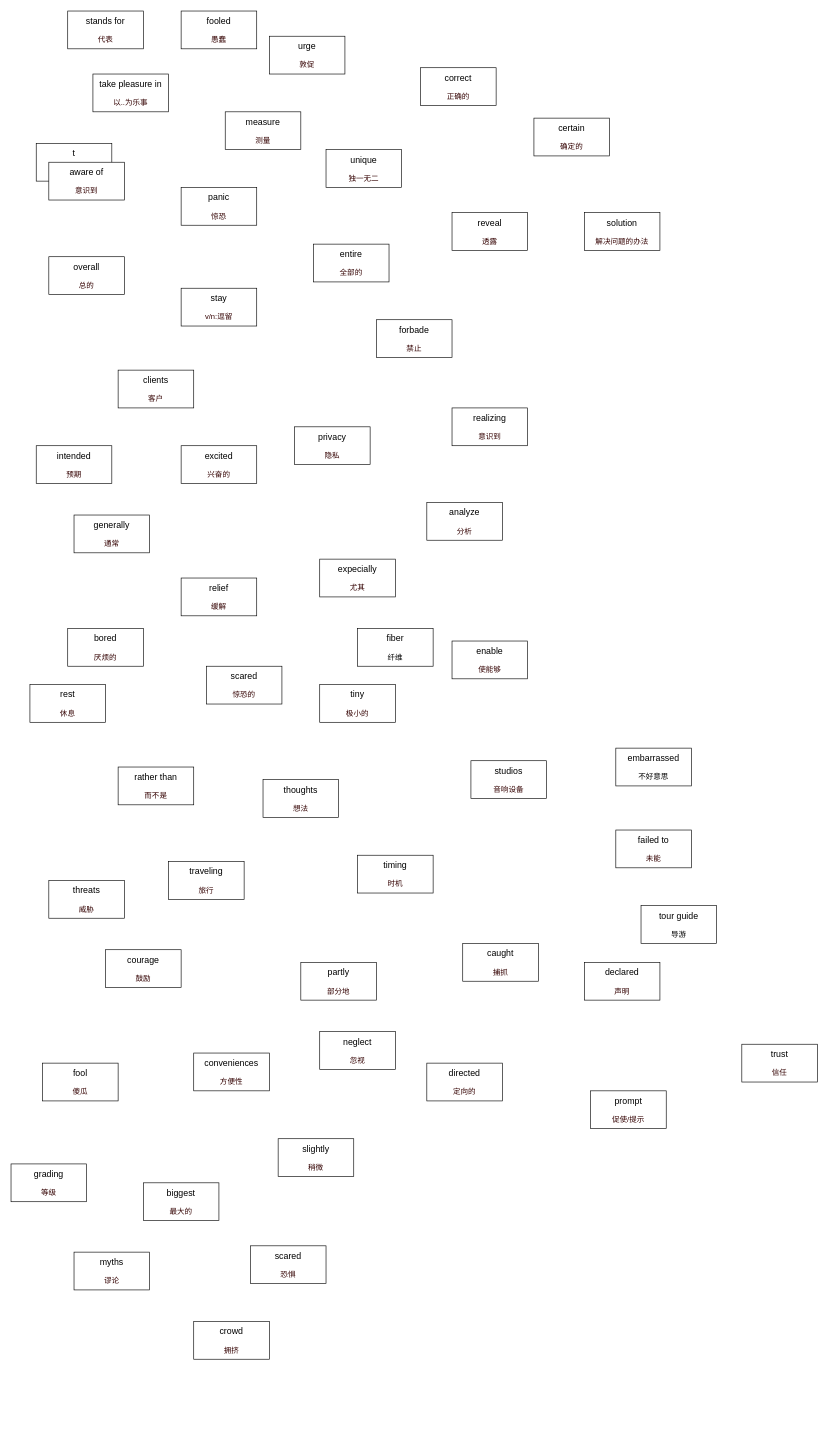
This is ocean.drawio from banBlue/drawio, a draw.io file, before an edit. Source tidied: cells renumbered, new cells numbered last; positions are measured from the earlier drawing's top-left corner, leaving out a move shared by most shapes. Both pictures are drawn from the tidied source at 63%, with x=0, y=0 at pixel (11, 11).
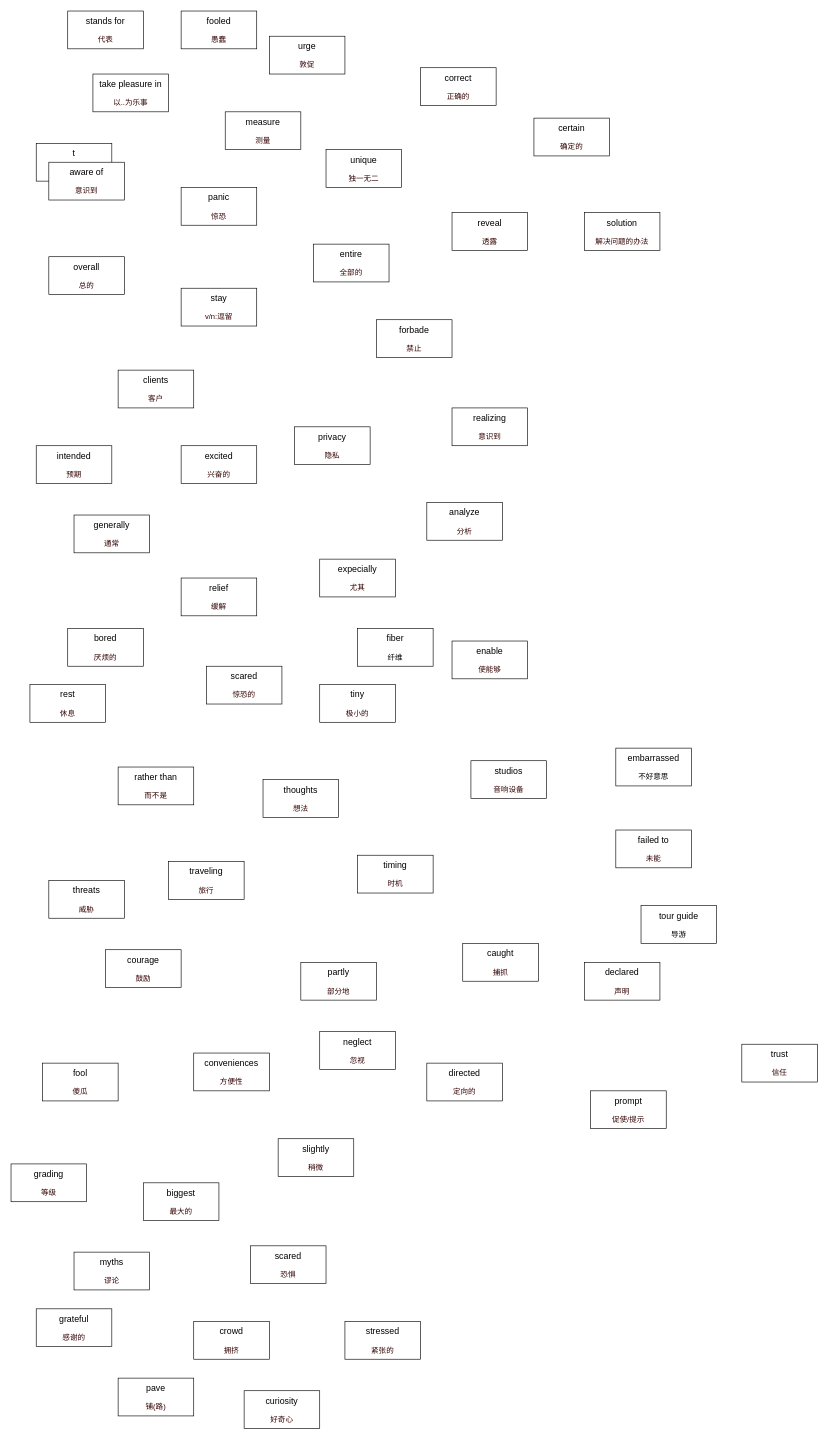
After the change.

Diff of the diagram source:
```diff
@@
+    <mxCell id="59" value="&lt;font style=&quot;font-size: 14px&quot;&gt;grateful&lt;br&gt;&lt;/font&gt;&lt;br&gt;&lt;font color=&quot;#330000&quot;&gt;感谢的&lt;/font&gt;" style="rounded=0;whiteSpace=wrap;html=1;" parent="1" vertex="1">
+      <mxGeometry x="40" y="2060" width="120" height="60" as="geometry" />
+    </mxCell>
+    <mxCell id="60" value="&lt;font style=&quot;font-size: 14px&quot;&gt;pave&lt;br&gt;&lt;/font&gt;&lt;br&gt;&lt;font color=&quot;#330000&quot;&gt;铺(&lt;/font&gt;&lt;span style=&quot;color: rgb(51 , 0 , 0)&quot;&gt;路&lt;/span&gt;&lt;font color=&quot;#330000&quot;&gt;)&lt;/font&gt;" style="rounded=0;whiteSpace=wrap;html=1;" parent="1" vertex="1">
+      <mxGeometry x="170" y="2170" width="120" height="60" as="geometry" />
+    </mxCell>
+    <mxCell id="61" value="&lt;font style=&quot;font-size: 14px&quot;&gt;curiosity&lt;br&gt;&lt;/font&gt;&lt;br&gt;&lt;font color=&quot;#330000&quot;&gt;好奇心&lt;/font&gt;" style="rounded=0;whiteSpace=wrap;html=1;" parent="1" vertex="1">
+      <mxGeometry x="370" y="2190" width="120" height="60" as="geometry" />
+    </mxCell>
+    <mxCell id="62" value="&lt;font style=&quot;font-size: 14px&quot;&gt;stressed&lt;br&gt;&lt;/font&gt;&lt;br&gt;&lt;font color=&quot;#330000&quot;&gt;紧张的&lt;/font&gt;" style="rounded=0;whiteSpace=wrap;html=1;" parent="1" vertex="1">
+      <mxGeometry x="530" y="2080" width="120" height="60" as="geometry" />
+    </mxCell>
```
